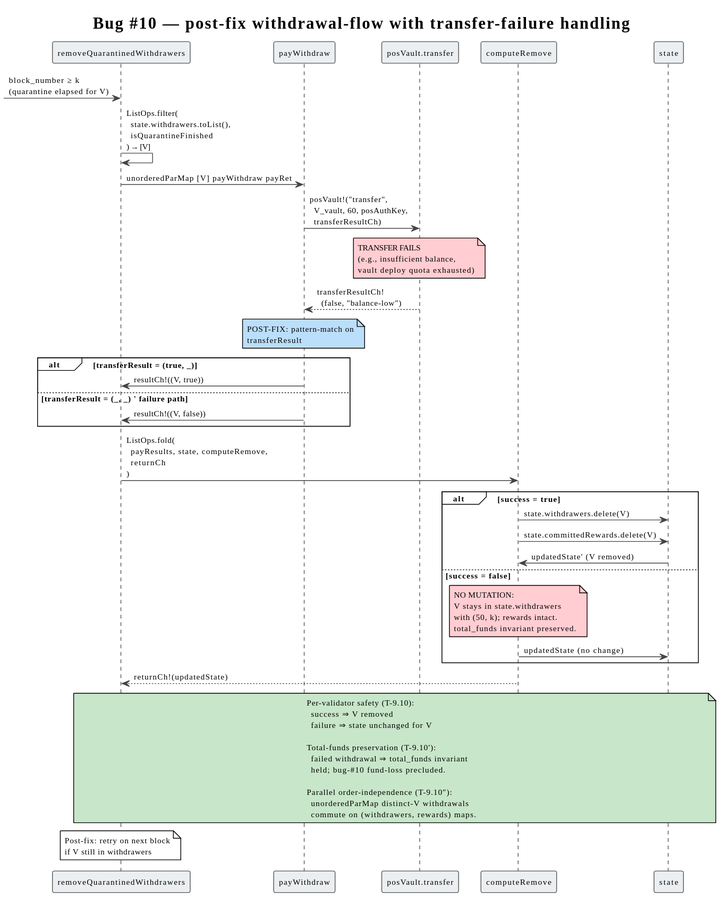
The PlantUML diagram docs/theory/slashing/diagrams/11-seq-withdrawal-flow-fix.svg in F1R3FLY-io/f1r3node-rust, before a commit. Source of this version:
```plantuml
@startuml
!theme plain

skinparam sequence {
  ArrowColor       #444444
  LifeLineBorderColor #555555
  LifeLineBackgroundColor #FAFAFA
  ParticipantBorderColor  #555555
  ParticipantBackgroundColor #ECEFF1
}
skinparam defaultFontName "sans-serif"
skinparam defaultFontSize 11

title Bug #10 — post-fix withdrawal-flow with transfer-failure handling

participant "removeQuarantinedWithdrawers" as RQW
participant "payWithdraw" as PW
participant "posVault.transfer" as PVT
participant "computeRemove" as CR
participant "state" as STATE

[-> RQW : block_number ≥ k\n(quarantine elapsed for V)

RQW -> RQW : ListOps.filter(\n  state.withdrawers.toList(),\n  isQuarantineFinished\n) → [V]
RQW -> PW : unorderedParMap [V] payWithdraw payRet

PW -> PVT : posVault!("transfer",\n  V_vault, 60, posAuthKey,\n  transferResultCh)

note over PVT #FFCDD2
  TRANSFER FAILS
  (e.g., insufficient balance,
  vault deploy quota exhausted)
end note

PVT --> PW : transferResultCh!\n  (false, "balance-low")

note over PW #BBDEFB
  POST-FIX: pattern-match on
  transferResult
end note

alt transferResult = (true, _)
  PW -> RQW : resultCh!((V, true))
else transferResult = (_, _)  ' failure path
  PW -> RQW : resultCh!((V, false))
end

RQW -> CR : ListOps.fold(\n  payResults, state, computeRemove,\n  returnCh\n)

alt success = true
  CR -> STATE : state.withdrawers.delete(V)
  CR -> STATE : state.committedRewards.delete(V)
  STATE -> CR : updatedState' (V removed)
else success = false
  note over CR #FFCDD2
    NO MUTATION:
    V stays in state.withdrawers
    with (50, k); rewards intact.
    total_funds invariant preserved.
  end note
  CR -> STATE : updatedState (no change)
end

CR --> RQW : returnCh!(updatedState)

note over RQW, STATE #C8E6C9
  Per-validator safety (T-9.10):
    success ⇒ V removed
    failure ⇒ state unchanged for V

  Total-funds preservation (T-9.10'):
    failed withdrawal ⇒ total_funds invariant
    held; bug-#10 fund-loss precluded.

  Parallel order-independence (T-9.10″):
    unorderedParMap distinct-V withdrawals
    commute on (withdrawers, rewards) maps.
end note

note over RQW
  Post-fix: retry on next block
  if V still in withdrawers
end note
@enduml
```
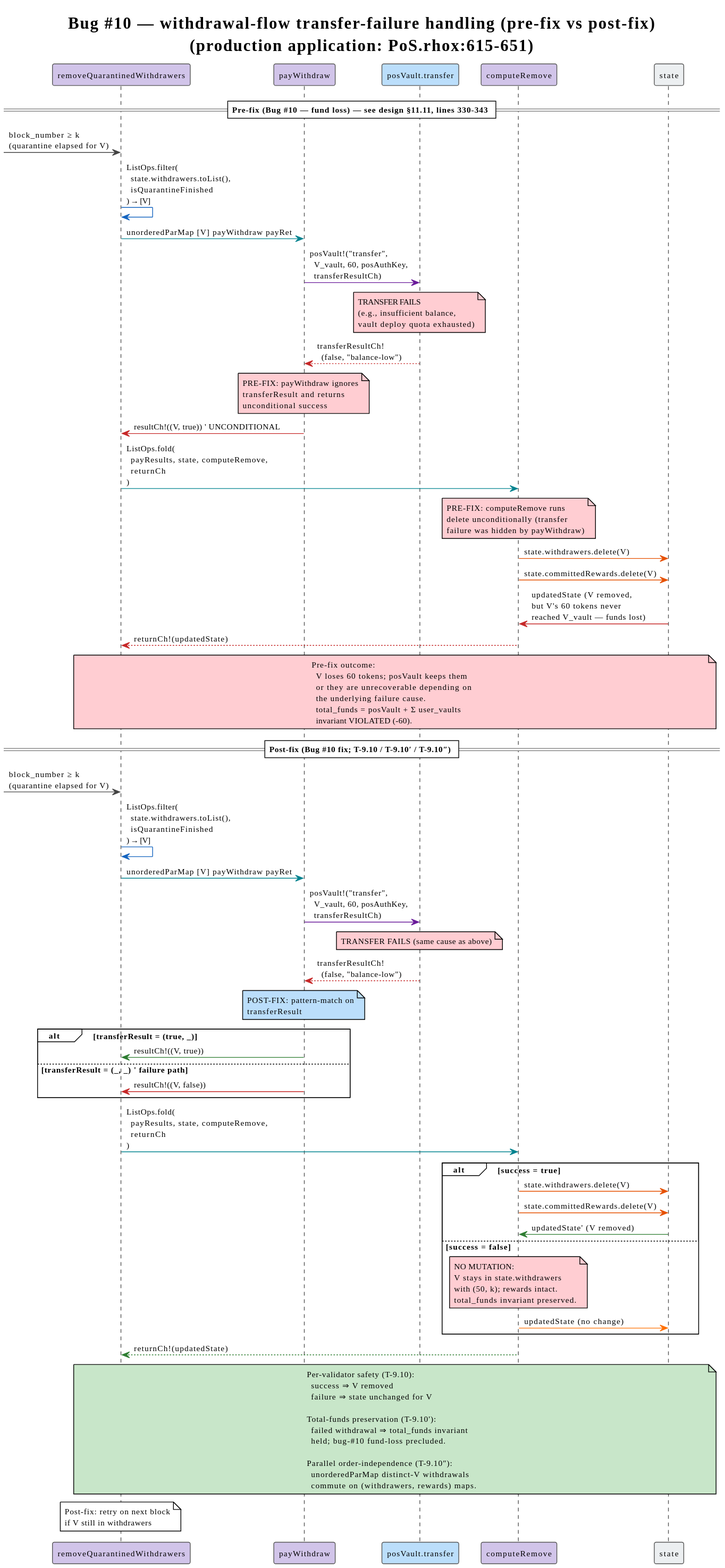
After the commit.

Diff of the diagram source:
```diff
@@ -11,20 +11,22 @@
 skinparam defaultFontName "sans-serif"
 skinparam defaultFontSize 11
 
-title Bug #10 — post-fix withdrawal-flow with transfer-failure handling
+title Bug #10 — withdrawal-flow transfer-failure handling (pre-fix vs post-fix)\n(production application: PoS.rhox:615-651)
 
-participant "removeQuarantinedWithdrawers" as RQW
-participant "payWithdraw" as PW
-participant "posVault.transfer" as PVT
-participant "computeRemove" as CR
-participant "state" as STATE
+participant "removeQuarantinedWithdrawers" as RQW #D1C4E9
+participant "payWithdraw" as PW #D1C4E9
+participant "posVault.transfer" as PVT #BBDEFB
+participant "computeRemove" as CR #D1C4E9
+participant "state" as STATE #ECEFF1
+
+== Pre-fix (Bug #10 — fund loss) — see design §11.11, lines 330-343 ==
 
 [-> RQW : block_number ≥ k\n(quarantine elapsed for V)
 
-RQW -> RQW : ListOps.filter(\n  state.withdrawers.toList(),\n  isQuarantineFinished\n) → [V]
-RQW -> PW : unorderedParMap [V] payWithdraw payRet
+RQW -[#1565C0]> RQW : ListOps.filter(\n  state.withdrawers.toList(),\n  isQuarantineFinished\n) → [V]
+RQW -[#00838F]> PW : unorderedParMap [V] payWithdraw payRet
 
-PW -> PVT : posVault!("transfer",\n  V_vault, 60, posAuthKey,\n  transferResultCh)
+PW -[#6A1B9A]> PVT : posVault!("transfer",\n  V_vault, 60, posAuthKey,\n  transferResultCh)
 
 note over PVT #FFCDD2
   TRANSFER FAILS
@@ -32,7 +34,53 @@
   vault deploy quota exhausted)
 end note
 
-PVT --> PW : transferResultCh!\n  (false, "balance-low")
+PVT -[#C62828]-> PW : transferResultCh!\n  (false, "balance-low")
+
+note over PW #FFCDD2
+  PRE-FIX: payWithdraw ignores
+  transferResult and returns
+  unconditional success
+end note
+
+PW -[#C62828]> RQW : resultCh!((V, true))  ' UNCONDITIONAL
+
+RQW -[#00838F]> CR : ListOps.fold(\n  payResults, state, computeRemove,\n  returnCh\n)
+
+note over CR #FFCDD2
+  PRE-FIX: computeRemove runs
+  delete unconditionally (transfer
+  failure was hidden by payWithdraw)
+end note
+
+CR -[#E65100]> STATE : state.withdrawers.delete(V)
+CR -[#E65100]> STATE : state.committedRewards.delete(V)
+STATE -[#C62828]> CR : updatedState (V removed,\nbut V's 60 tokens never\nreached V_vault — funds lost)
+
+CR -[#C62828]-> RQW : returnCh!(updatedState)
+
+note over RQW, STATE #FFCDD2
+  Pre-fix outcome:
+    V loses 60 tokens; posVault keeps them
+    or they are unrecoverable depending on
+    the underlying failure cause.
+    total_funds = posVault + Σ user_vaults
+    invariant VIOLATED (-60).
+end note
+
+== Post-fix (Bug #10 fix; T-9.10 / T-9.10′ / T-9.10″) ==
+
+[-> RQW : block_number ≥ k\n(quarantine elapsed for V)
+
+RQW -[#1565C0]> RQW : ListOps.filter(\n  state.withdrawers.toList(),\n  isQuarantineFinished\n) → [V]
+RQW -[#00838F]> PW : unorderedParMap [V] payWithdraw payRet
+
+PW -[#6A1B9A]> PVT : posVault!("transfer",\n  V_vault, 60, posAuthKey,\n  transferResultCh)
+
+note over PVT #FFCDD2
+  TRANSFER FAILS (same cause as above)
+end note
+
+PVT -[#C62828]-> PW : transferResultCh!\n  (false, "balance-low")
 
 note over PW #BBDEFB
   POST-FIX: pattern-match on
@@ -40,17 +88,17 @@
 end note
 
 alt transferResult = (true, _)
-  PW -> RQW : resultCh!((V, true))
+  PW -[#2E7D32]> RQW : resultCh!((V, true))
 else transferResult = (_, _)  ' failure path
-  PW -> RQW : resultCh!((V, false))
+  PW -[#C62828]> RQW : resultCh!((V, false))
 end
 
-RQW -> CR : ListOps.fold(\n  payResults, state, computeRemove,\n  returnCh\n)
+RQW -[#00838F]> CR : ListOps.fold(\n  payResults, state, computeRemove,\n  returnCh\n)
 
 alt success = true
-  CR -> STATE : state.withdrawers.delete(V)
-  CR -> STATE : state.committedRewards.delete(V)
-  STATE -> CR : updatedState' (V removed)
+  CR -[#E65100]> STATE : state.withdrawers.delete(V)
+  CR -[#E65100]> STATE : state.committedRewards.delete(V)
+  STATE -[#2E7D32]> CR : updatedState' (V removed)
 else success = false
   note over CR #FFCDD2
     NO MUTATION:
@@ -58,10 +106,10 @@
     with (50, k); rewards intact.
     total_funds invariant preserved.
   end note
-  CR -> STATE : updatedState (no change)
+  CR -[#FF6F00]> STATE : updatedState (no change)
 end
 
-CR --> RQW : returnCh!(updatedState)
+CR -[#2E7D32]-> RQW : returnCh!(updatedState)
 
 note over RQW, STATE #C8E6C9
   Per-validator safety (T-9.10):
```
